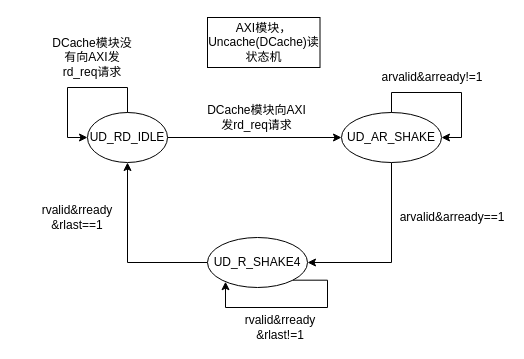
booniebears/study_record keeps this draw.io diagram as page "AXI-Uncache读状态机" (3 of 4) of AXI/AXI.drawio. Above is the earlier version. Source tidied: cells renumbered, new cells numbered last; positions are measured from the earlier drawing's top-left corner, leaving out a move shared by most shapes. Both pictures are drawn from the tidied source at 100%, with x=0, y=0 at pixel (17, 17).
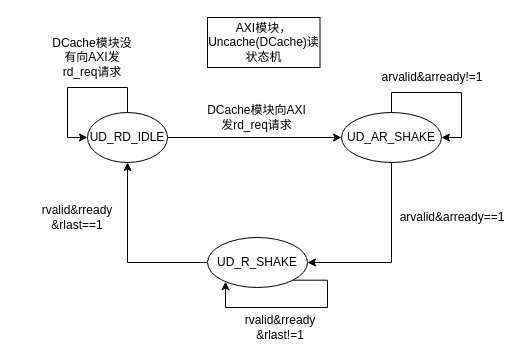
The same diagram, later.

The edit, as a diff of the source:
```diff
@@
-    <mxCell id="8" value="UD_R_SHAKE4" style="ellipse;whiteSpace=wrap;html=1;" parent="1" vertex="1">
+    <mxCell id="8" value="UD_R_SHAKE" style="ellipse;whiteSpace=wrap;html=1;" parent="1" vertex="1">
       <mxGeometry x="190" y="220" width="100" height="50" as="geometry" />
     </mxCell>
```
